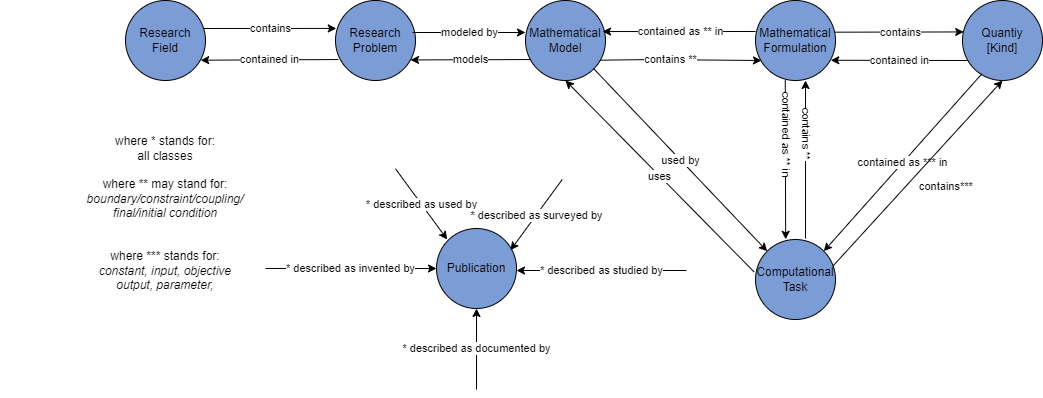
Before: docs/customSections/images/MathModDB.png, a diagram exported from draw.io (MaRDI4NFDI/MathModDB). Source tidied: cells renumbered, new cells last; positions are measured from the earlier drawing's top-left corner, leaving out a move shared by most shapes.
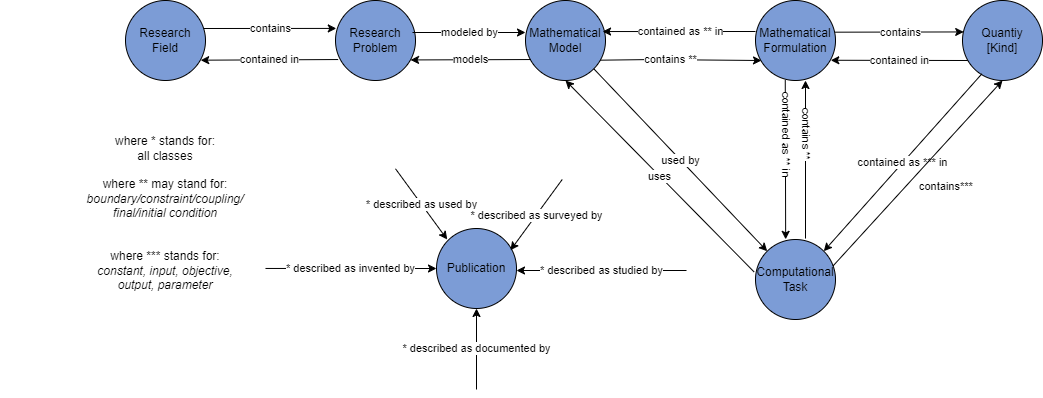
The same file after the commit.

What changed in the source:
```diff
@@ -98,7 +98,7 @@
         <mxPoint x="510" y="249.7" as="targetPoint" />
       </mxGeometry>
     </mxCell>
-    <mxCell id="27" value="where * stands for:&lt;br&gt;&lt;div&gt;all classes&lt;/div&gt;&lt;div&gt;&lt;br&gt;&lt;/div&gt;where ** may stand for:&lt;br&gt;&lt;i&gt;boundary/&lt;/i&gt;&lt;i&gt;constraint/coupling/&lt;br&gt;&lt;/i&gt;&lt;i&gt;final/&lt;/i&gt;&lt;i style=&quot;background-color: transparent; color: light-dark(rgb(0, 0, 0), rgb(255, 255, 255));&quot;&gt;initial&amp;nbsp;&lt;/i&gt;&lt;i style=&quot;background-color: transparent; color: light-dark(rgb(0, 0, 0), rgb(255, 255, 255));&quot;&gt;condition&lt;/i&gt;&lt;div&gt;&lt;div&gt;&lt;i&gt;&lt;br&gt;&lt;/i&gt;&lt;div&gt;&lt;br&gt;&lt;/div&gt;&lt;div&gt;where *** stands for:&lt;/div&gt;&lt;i&gt;constant,&amp;nbsp;&lt;/i&gt;&lt;i&gt;input,&amp;nbsp;&lt;/i&gt;&lt;i style=&quot;background-color: transparent; color: light-dark(rgb(0, 0, 0), rgb(255, 255, 255));&quot;&gt;objective&lt;/i&gt;&lt;/div&gt;&lt;div&gt;&lt;i style=&quot;background-color: transparent; color: light-dark(rgb(0, 0, 0), rgb(255, 255, 255));&quot;&gt;output, parameter,&lt;/i&gt;&lt;/div&gt;&lt;div&gt;&lt;i&gt;&lt;br&gt;&lt;/i&gt;&lt;/div&gt;&lt;/div&gt;" style="text;html=1;align=center;verticalAlign=middle;whiteSpace=wrap;rounded=0;" parent="1" vertex="1">
+    <mxCell id="27" value="where * stands for:&lt;br&gt;&lt;div&gt;all classes&lt;/div&gt;&lt;div&gt;&lt;br&gt;&lt;/div&gt;where ** may stand for:&lt;br&gt;&lt;i&gt;boundary/&lt;/i&gt;&lt;i&gt;constraint/coupling/&lt;br&gt;&lt;/i&gt;&lt;i&gt;final/&lt;/i&gt;&lt;i style=&quot;background-color: transparent; color: light-dark(rgb(0, 0, 0), rgb(255, 255, 255));&quot;&gt;initial&amp;nbsp;&lt;/i&gt;&lt;i style=&quot;background-color: transparent; color: light-dark(rgb(0, 0, 0), rgb(255, 255, 255));&quot;&gt;condition&lt;/i&gt;&lt;div&gt;&lt;div&gt;&lt;i&gt;&lt;br&gt;&lt;/i&gt;&lt;div&gt;&lt;br&gt;&lt;/div&gt;&lt;div&gt;where *** stands for:&lt;/div&gt;&lt;i&gt;constant,&amp;nbsp;&lt;/i&gt;&lt;i&gt;input,&amp;nbsp;&lt;/i&gt;&lt;i style=&quot;background-color: transparent; color: light-dark(rgb(0, 0, 0), rgb(255, 255, 255));&quot;&gt;objective,&lt;/i&gt;&lt;/div&gt;&lt;div&gt;&lt;i style=&quot;background-color: transparent; color: light-dark(rgb(0, 0, 0), rgb(255, 255, 255));&quot;&gt;output, parameter&lt;/i&gt;&lt;/div&gt;&lt;div&gt;&lt;i&gt;&lt;br&gt;&lt;/i&gt;&lt;/div&gt;&lt;/div&gt;" style="text;html=1;align=center;verticalAlign=middle;whiteSpace=wrap;rounded=0;" parent="1" vertex="1">
       <mxGeometry y="110" width="330" height="220" as="geometry" />
     </mxCell>
     <mxCell id="28" value="contain&lt;span style=&quot;background-color: light-dark(#ffffff, var(--ge-dark-color, #121212)); color: light-dark(rgb(0, 0, 0), rgb(255, 255, 255));&quot;&gt;ed as ** in&lt;/span&gt;" style="endArrow=classic;html=1;rounded=0;entryX=0.963;entryY=0.388;entryDx=0;entryDy=0;entryPerimeter=0;" parent="1" edge="1" target="4">
```
